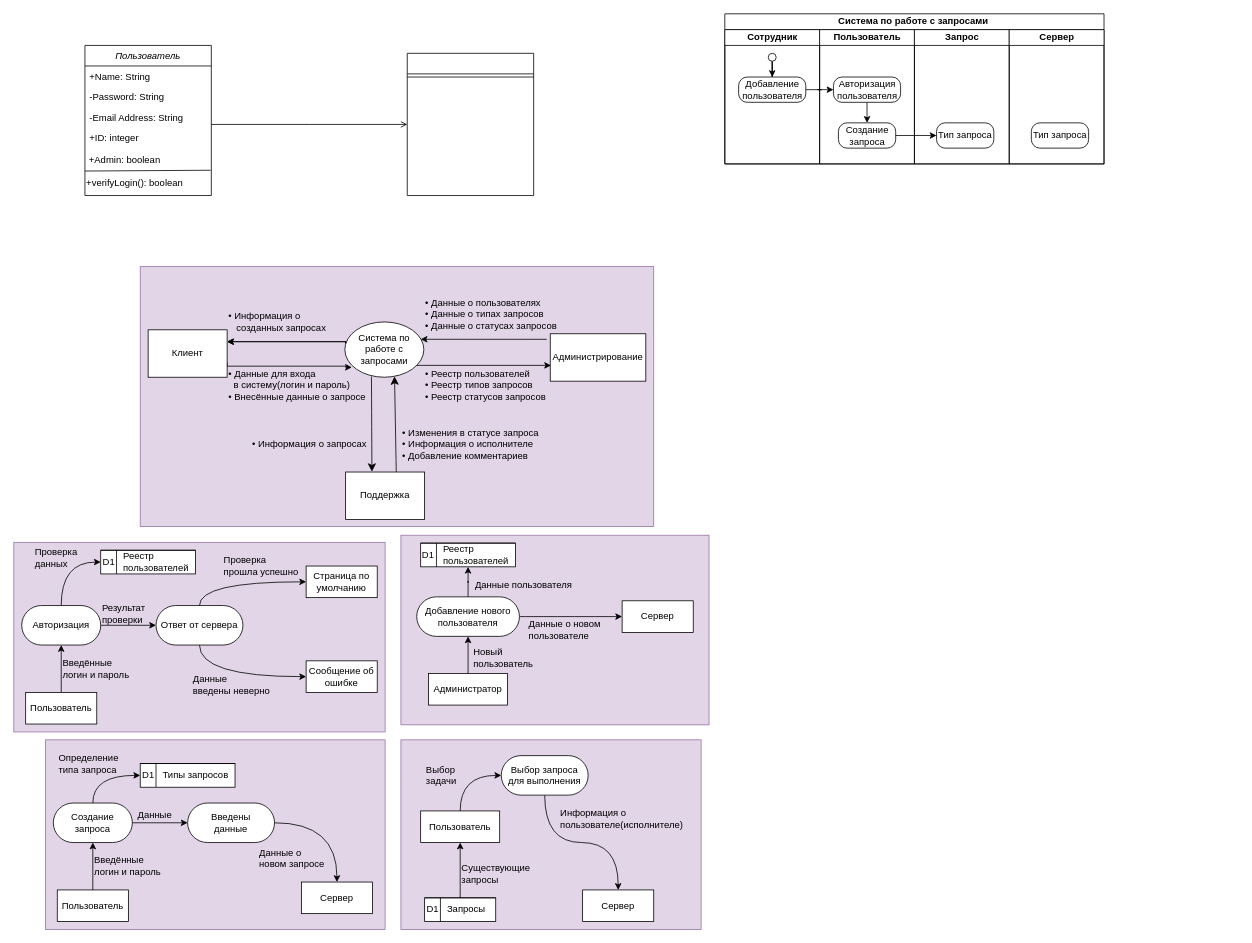
Fuamau/BlogProvider keeps this draw.io diagram as Диаграмма без названия.drawio. Above is the earlier version. Source tidied: cells renumbered, new cells numbered last; positions are measured from the earlier drawing's top-left corner, leaving out a move shared by most shapes. Both pictures are drawn from the tidied source at 79%, with x=0, y=0 at pixel (13, 13).
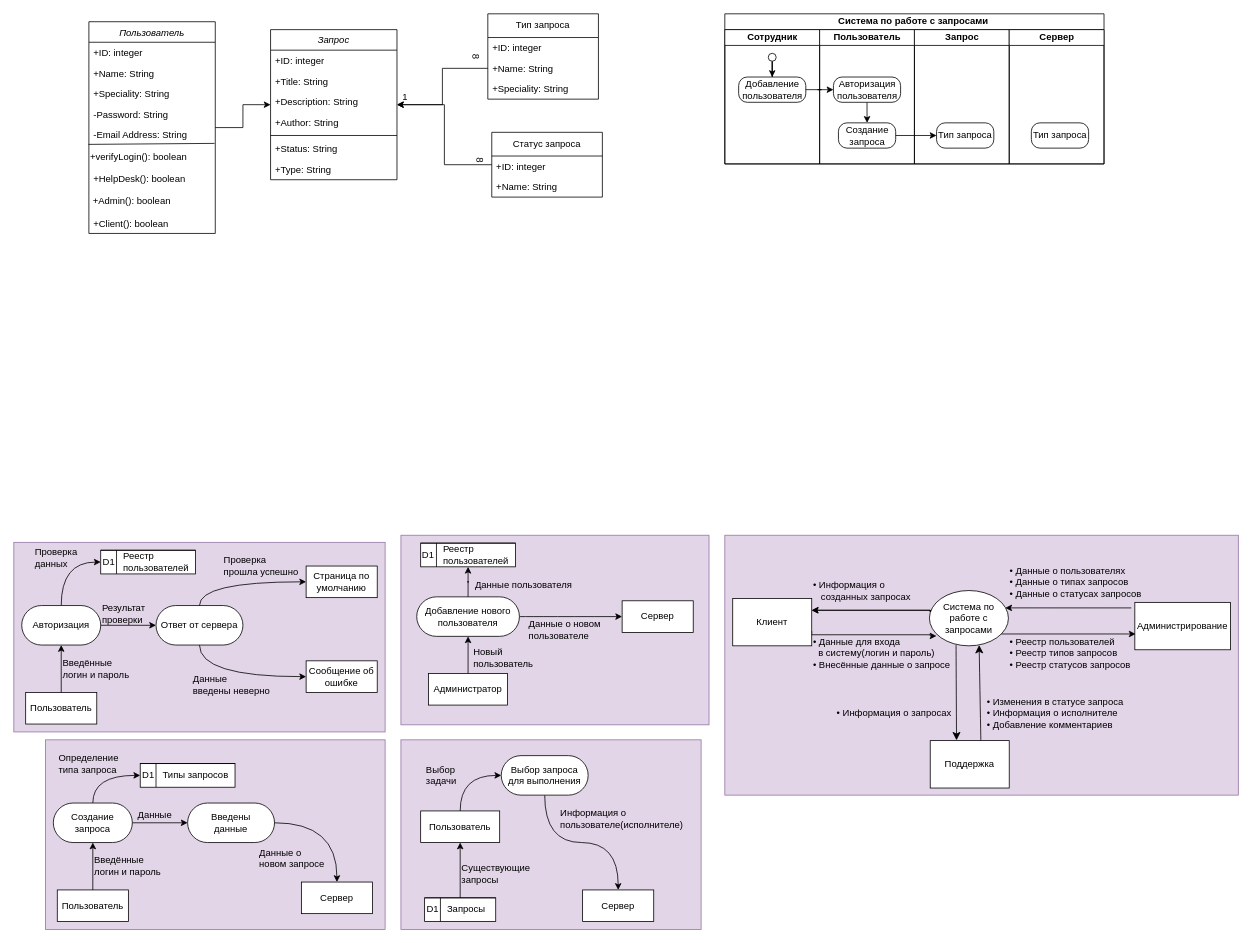
The same page after the edit.

The edit, as a diff of the source:
```diff
@@
+    <mxCell id="12" style="edgeStyle=orthogonalEdgeStyle;rounded=0;jettySize=auto;html=1;" parent="1" edge="1" source="2" target="10">
+      <mxGeometry relative="1" as="geometry" />
+    </mxCell>
     <mxCell id="2" value="Пользователь" style="swimlane;fontStyle=2;align=center;verticalAlign=top;horizontal=1;startSize=26;rounded=0;shadow=0;strokeWidth=1;" parent="1" vertex="1">
-      <mxGeometry x="90" y="40" width="160" height="190" as="geometry" />
+      <mxGeometry x="95" y="10" width="160" height="268" as="geometry" />
     </mxCell>
+    <mxCell id="6" value="+ID: integer" style="text;align=left;verticalAlign=top;spacingLeft=4;spacingRight=4;overflow=hidden;rounded=0;shadow=0;html=0;" parent="2" vertex="1">
+      <mxGeometry y="26" width="160" height="26" as="geometry" />
+    </mxCell>
     <mxCell id="3" value="+Name: String" style="text;align=left;verticalAlign=top;spacingLeft=4;spacingRight=4;overflow=hidden;" parent="2" vertex="1">
-      <mxGeometry y="26" width="160" height="26" as="geometry" />
+      <mxGeometry y="52" width="160" height="26" as="geometry" />
     </mxCell>
+    <mxCell id="107" value="+Speciality: String" style="text;align=left;verticalAlign=top;spacingLeft=4;spacingRight=4;overflow=hidden;" parent="2" vertex="1">
+      <mxGeometry y="78" width="160" height="26" as="geometry" />
+    </mxCell>
     <mxCell id="4" value="-Password: String" style="text;align=left;verticalAlign=top;spacingLeft=4;spacingRight=4;overflow=hidden;rounded=0;shadow=0;html=0;" parent="2" vertex="1">
-      <mxGeometry y="52" width="160" height="26" as="geometry" />
+      <mxGeometry y="104" width="160" height="26" as="geometry" />
     </mxCell>
     <mxCell id="5" value="-Email Address: String" style="text;align=left;verticalAlign=top;spacingLeft=4;spacingRight=4;overflow=hidden;points=[[0,0.5],[1,0.5]];portConstraint=eastwest;rounded=0;shadow=0;html=0;" parent="2" vertex="1">
-      <mxGeometry y="78" width="160" height="26" as="geometry" />
+      <mxGeometry y="130" width="160" height="26" as="geometry" />
     </mxCell>
-    <mxCell id="6" value="+ID: integer" style="text;align=left;verticalAlign=top;spacingLeft=4;spacingRight=4;overflow=hidden;rounded=0;shadow=0;html=0;" parent="2" vertex="1">
-      <mxGeometry y="104" width="160" height="26" as="geometry" />
-    </mxCell>
-    <mxCell id="7" value="&amp;nbsp;+Admin: boolean" style="text;html=1;align=left;verticalAlign=middle;strokeColor=none;fillColor=none;" parent="2" vertex="1">
-      <mxGeometry y="130" width="160" height="30" as="geometry" />
-    </mxCell>
-    <mxCell id="8" style="endArrow=none;html=1;rounded=0;exitX=0.994;exitY=-0.067;exitDx=0;exitDy=0;exitPerimeter=0;" parent="2" edge="1" source="9">
-      <mxGeometry relative="1" as="geometry">
-        <mxPoint y="159" as="targetPoint" />
-      </mxGeometry>
+    <mxCell id="8" style="endArrow=none;html=1;rounded=0;exitX=0.994;exitY=-0.067;exitDx=0;exitDy=0;exitPerimeter=0;entryX=-0.003;entryY=0.972;entryDx=0;entryDy=0;entryPerimeter=0;" parent="2" edge="1" source="9" target="5">
+      <mxGeometry relative="1" as="geometry" />
     </mxCell>
     <mxCell id="9" value="+verifyLogin(): boolean" style="text;html=1;align=left;verticalAlign=middle;points=[];strokeColor=none;fillColor=none;" parent="2" vertex="1">
-      <mxGeometry y="160" width="160" height="30" as="geometry" />
+      <mxGeometry y="156" width="160" height="30" as="geometry" />
     </mxCell>
+    <mxCell id="108" value="+HelpDesk(): boolean" style="text;align=left;verticalAlign=top;spacingLeft=4;spacingRight=4;overflow=hidden;rounded=0;shadow=0;html=0;" parent="2" vertex="1">
+      <mxGeometry y="186" width="160" height="26" as="geometry" />
+    </mxCell>
+    <mxCell id="7" value="&amp;nbsp;+Admin(): boolean" style="text;html=1;align=left;verticalAlign=middle;strokeColor=none;fillColor=none;" parent="2" vertex="1">
+      <mxGeometry y="212" width="160" height="30" as="geometry" />
+    </mxCell>
+    <mxCell id="109" value="+Client(): boolean" style="text;align=left;verticalAlign=top;spacingLeft=4;spacingRight=4;overflow=hidden;rounded=0;shadow=0;html=0;" parent="2" vertex="1">
+      <mxGeometry y="242" width="160" height="26" as="geometry" />
+    </mxCell>
-    <mxCell id="10" style="swimlane;fontStyle=2;align=center;verticalAlign=top;horizontal=1;startSize=26;rounded=0;shadow=0;strokeWidth=1;" parent="1" vertex="1">
-      <mxGeometry x="498" y="50" width="160" height="180" as="geometry" />
+    <mxCell id="10" value="Запрос" style="swimlane;fontStyle=2;align=center;verticalAlign=top;horizontal=1;startSize=26;rounded=0;shadow=0;strokeWidth=1;" parent="1" vertex="1">
+      <mxGeometry x="325" y="20" width="160" height="190" as="geometry" />
     </mxCell>
+    <mxCell id="110" value="+ID: integer" style="text;align=left;verticalAlign=top;spacingLeft=4;spacingRight=4;overflow=hidden;rounded=0;shadow=0;html=0;" parent="10" vertex="1">
+      <mxGeometry y="26" width="160" height="26" as="geometry" />
+    </mxCell>
+    <mxCell id="111" value="+Title: String" style="text;align=left;verticalAlign=top;spacingLeft=4;spacingRight=4;overflow=hidden;" parent="10" vertex="1">
+      <mxGeometry y="52" width="160" height="26" as="geometry" />
+    </mxCell>
+    <mxCell id="112" value="+Description: String" style="text;align=left;verticalAlign=top;spacingLeft=4;spacingRight=4;overflow=hidden;" parent="10" vertex="1">
+      <mxGeometry y="78" width="160" height="26" as="geometry" />
+    </mxCell>
+    <mxCell id="113" value="+Author: String" style="text;align=left;verticalAlign=top;spacingLeft=4;spacingRight=4;overflow=hidden;" parent="10" vertex="1">
+      <mxGeometry y="104" width="160" height="26" as="geometry" />
+    </mxCell>
     <mxCell id="11" style="line;html=1;strokeWidth=1;align=left;verticalAlign=middle;spacingTop=-1;spacingLeft=3;spacingRight=3;labelPosition=right;" parent="10" vertex="1">
-      <mxGeometry y="26" width="160" height="8" as="geometry" />
+      <mxGeometry y="130" width="160" height="8" as="geometry" />
     </mxCell>
-    <mxCell id="12" style="endArrow=open;shadow=0;strokeWidth=1;rounded=0;endFill=1;edgeStyle=elbowEdgeStyle;elbow=vertical;" parent="1" edge="1" source="2" target="10">
-      <mxGeometry x="0.5" y="41" relative="1" as="geometry">
-        <mxPoint x="-40" y="32" as="offset" />
-      </mxGeometry>
-    </mxCell>
+    <mxCell id="114" value="+Status: String" style="text;align=left;verticalAlign=top;spacingLeft=4;spacingRight=4;overflow=hidden;" parent="10" vertex="1">
+      <mxGeometry y="138" width="160" height="26" as="geometry" />
+    </mxCell>
+    <mxCell id="115" value="+Type: String" style="text;align=left;verticalAlign=top;spacingLeft=4;spacingRight=4;overflow=hidden;" parent="10" vertex="1">
+      <mxGeometry y="164" width="160" height="26" as="geometry" />
+    </mxCell>
     <mxCell id="13" style="group;fillColor=#e1d5e7;strokeColor=#9673a6;" parent="1" vertex="1">
-      <mxGeometry x="160" y="320" width="650" height="329" as="geometry" />
+      <mxGeometry x="900" y="660" width="650" height="329" as="geometry" />
     </mxCell>
@@
     <mxCell id="77" style="edgeStyle=orthogonalEdgeStyle;rounded=0;jettySize=auto;html=1;exitX=0.013;exitY=0.357;exitDx=0;exitDy=0;exitPerimeter=0;entryX=1;entryY=0.25;entryDx=0;entryDy=0;" parent="1" edge="1" source="79" target="81">
       <mxGeometry relative="1" as="geometry">
         <Array as="points">
-          <mxPoint x="420" y="417" />
-          <mxPoint x="420" y="415" />
+          <mxPoint x="1160" y="757" />
+          <mxPoint x="1160" y="755" />
         </Array>
       </mxGeometry>
     </mxCell>
@@
     <mxCell id="79" value="Система по работе с запросами" style="ellipse;whiteSpace=wrap;html=1;shadow=0;" parent="1" vertex="1">
-      <mxGeometry x="419" y="390" width="100" height="70" as="geometry" />
+      <mxGeometry x="1159" y="730" width="100" height="70" as="geometry" />
     </mxCell>
     <mxCell id="80" style="edgeStyle=orthogonalEdgeStyle;rounded=0;jettySize=auto;html=1;exitX=1;exitY=0.686;exitDx=0;exitDy=0;exitPerimeter=0;entryX=0.089;entryY=0.822;entryDx=0;entryDy=0;entryPerimeter=0;" parent="1" edge="1" source="81" target="79">
       <mxGeometry relative="1" as="geometry">
         <Array as="points">
-          <mxPoint x="260" y="446" />
-          <mxPoint x="420" y="446" />
-          <mxPoint x="420" y="448" />
-          <mxPoint x="428" y="448" />
+          <mxPoint x="1000" y="786" />
+          <mxPoint x="1160" y="786" />
+          <mxPoint x="1160" y="788" />
+          <mxPoint x="1168" y="788" />
         </Array>
       </mxGeometry>
     </mxCell>
     <mxCell id="81" value="Клиент" style="whiteSpace=wrap;html=1;" parent="1" vertex="1">
-      <mxGeometry x="170" y="400" width="100" height="60" as="geometry" />
+      <mxGeometry x="910" y="740" width="100" height="60" as="geometry" />
     </mxCell>
@@
     <mxCell id="83" value="Администрирование" style="whiteSpace=wrap;html=1;" parent="1" vertex="1">
-      <mxGeometry x="679" y="405" width="121" height="60" as="geometry" />
+      <mxGeometry x="1419" y="745" width="121" height="60" as="geometry" />
     </mxCell>
     <mxCell id="84" value="• Данные о пользователях&lt;br&gt;• Данные о типах запросов&lt;br&gt;• Данные о статусах запросов" style="text;html=1;align=left;verticalAlign=middle;strokeColor=none;fillColor=none;" parent="1" vertex="1">
-      <mxGeometry x="519" y="350" width="190" height="60" as="geometry" />
+      <mxGeometry x="1259" y="690" width="190" height="60" as="geometry" />
     </mxCell>
     <mxCell id="85" value="• Реестр пользователей&lt;br&gt;• Реестр типов запросов&lt;br&gt;• Реестр статусов запросов" style="text;html=1;align=left;verticalAlign=middle;strokeColor=none;fillColor=none;" parent="1" vertex="1">
-      <mxGeometry x="519" y="440" width="180" height="60" as="geometry" />
+      <mxGeometry x="1259" y="780" width="180" height="60" as="geometry" />
     </mxCell>
     <mxCell id="86" value="• Информация о &lt;br&gt;&amp;nbsp; &amp;nbsp;созданных запросах&lt;br&gt;" style="text;html=1;align=left;verticalAlign=middle;strokeColor=none;fillColor=none;" parent="1" vertex="1">
-      <mxGeometry x="270" y="370" width="150" height="40" as="geometry" />
+      <mxGeometry x="1010" y="710" width="150" height="40" as="geometry" />
     </mxCell>
     <mxCell id="87" value="• Данные для входа &lt;br&gt;&lt;div style=&quot;&quot;&gt;&lt;span style=&quot;background-color: initial;&quot;&gt;&amp;nbsp; в систему(логин и пароль)&lt;/span&gt;&lt;/div&gt;• Внесённые данные о запросе" style="text;html=1;align=left;verticalAlign=middle;strokeColor=none;fillColor=none;" parent="1" vertex="1">
-      <mxGeometry x="270" y="440" width="200" height="60" as="geometry" />
+      <mxGeometry x="1010" y="780" width="200" height="60" as="geometry" />
     </mxCell>
     <mxCell id="88" style="edgeStyle=orthogonalEdgeStyle;rounded=0;orthogonalLoop=1;jettySize=auto;html=1;exitX=1;exitY=1;exitDx=0;exitDy=0;" parent="1" edge="1">
       <mxGeometry relative="1" as="geometry">
-        <mxPoint x="510" y="445" as="sourcePoint" />
-        <mxPoint x="680" y="445" as="targetPoint" />
+        <mxPoint x="1250" y="785" as="sourcePoint" />
+        <mxPoint x="1420" y="785" as="targetPoint" />
       </mxGeometry>
     </mxCell>
@@
     <mxCell id="90" value="Поддержка" style="whiteSpace=wrap;html=1;" parent="1" vertex="1">
-      <mxGeometry x="420" y="580" width="100" height="60" as="geometry" />
+      <mxGeometry x="1160" y="920" width="100" height="60" as="geometry" />
     </mxCell>
@@
     <mxCell id="92" style="edgeStyle=orthogonalEdgeStyle;rounded=0;orthogonalLoop=1;jettySize=auto;html=1;exitX=0.013;exitY=0.357;exitDx=0;exitDy=0;exitPerimeter=0;entryX=1;entryY=0.25;entryDx=0;entryDy=0;" parent="1" edge="1">
       <mxGeometry relative="1" as="geometry">
-        <mxPoint x="420" y="415" as="sourcePoint" />
-        <mxPoint x="270" y="415" as="targetPoint" />
+        <mxPoint x="1160" y="755" as="sourcePoint" />
+        <mxPoint x="1010" y="755" as="targetPoint" />
         <Array as="points">
-          <mxPoint x="420" y="417" />
-          <mxPoint x="420" y="415" />
+          <mxPoint x="1160" y="757" />
+          <mxPoint x="1160" y="755" />
         </Array>
       </mxGeometry>
     </mxCell>
     <mxCell id="93" value="• Информация о запросах" style="text;html=1;align=left;verticalAlign=middle;strokeColor=none;fillColor=none;" parent="1" vertex="1">
-      <mxGeometry x="300" y="530" width="170" height="30" as="geometry" />
+      <mxGeometry x="1040" y="870" width="170" height="30" as="geometry" />
     </mxCell>
     <mxCell id="94" value="• Изменения в статусе запроса&lt;br&gt;• Информация о исполнителе&lt;br&gt;• Добавление комментариев" style="text;html=1;align=left;verticalAlign=middle;strokeColor=none;fillColor=none;" parent="1" vertex="1">
-      <mxGeometry x="490" y="514.5" width="200" height="60" as="geometry" />
+      <mxGeometry x="1230" y="854.5" width="200" height="60" as="geometry" />
     </mxCell>
@@
+    <mxCell id="116" value="Тип запроса" style="swimlane;fontStyle=0;horizontal=1;startSize=30;whiteSpace=wrap;html=1;" parent="1" vertex="1">
+      <mxGeometry x="600" width="140" height="108" as="geometry" />
+    </mxCell>
+    <mxCell id="117" value="+ID: integer" style="text;align=left;verticalAlign=top;spacingLeft=4;spacingRight=4;overflow=hidden;rounded=0;shadow=0;html=0;" parent="116" vertex="1">
+      <mxGeometry y="30" width="140" height="26" as="geometry" />
+    </mxCell>
+    <mxCell id="118" value="+Name: String" style="text;align=left;verticalAlign=top;spacingLeft=4;spacingRight=4;overflow=hidden;points=[[0,0.5],[1,0.5]];portConstraint=eastwest;" parent="116" vertex="1">
+      <mxGeometry y="56" width="140" height="26" as="geometry" />
+    </mxCell>
+    <mxCell id="119" value="+Speciality: String" style="text;align=left;verticalAlign=top;spacingLeft=4;spacingRight=4;overflow=hidden;" parent="116" vertex="1">
+      <mxGeometry y="82" width="140" height="26" as="geometry" />
+    </mxCell>
+    <mxCell id="120" style="edgeStyle=orthogonalEdgeStyle;rounded=0;jettySize=auto;html=1;" parent="1" edge="1" source="118" target="10">
+      <mxGeometry relative="1" as="geometry" />
+    </mxCell>
+    <mxCell id="121" style="edgeStyle=orthogonalEdgeStyle;rounded=0;jettySize=auto;html=1;" parent="1" edge="1" source="122" target="10">
+      <mxGeometry relative="1" as="geometry" />
+    </mxCell>
+    <mxCell id="122" value="Статус запроса" style="swimlane;fontStyle=0;horizontal=1;startSize=30;whiteSpace=wrap;html=1;" parent="1" vertex="1">
+      <mxGeometry x="605" y="150" width="140" height="82" as="geometry" />
+    </mxCell>
+    <mxCell id="123" value="+ID: integer" style="text;align=left;verticalAlign=top;spacingLeft=4;spacingRight=4;overflow=hidden;rounded=0;shadow=0;html=0;" parent="122" vertex="1">
+      <mxGeometry y="30" width="140" height="26" as="geometry" />
+    </mxCell>
+    <mxCell id="124" value="+Name: String" style="text;align=left;verticalAlign=top;spacingLeft=4;spacingRight=4;overflow=hidden;" parent="122" vertex="1">
+      <mxGeometry y="56" width="140" height="26" as="geometry" />
+    </mxCell>
+    <mxCell id="125" value="8" style="text;html=1;align=center;verticalAlign=middle;strokeColor=none;fillColor=none;rotation=91;" parent="1" vertex="1">
+      <mxGeometry x="570" y="39" width="30" height="30" as="geometry" />
+    </mxCell>
+    <mxCell id="126" value="8" style="text;html=1;align=center;verticalAlign=middle;strokeColor=none;fillColor=none;rotation=91;" parent="1" vertex="1">
+      <mxGeometry x="575" y="170" width="30" height="30" as="geometry" />
+    </mxCell>
+    <mxCell id="127" value="1" style="text;html=1;align=center;verticalAlign=middle;strokeColor=none;fillColor=none;" parent="1" vertex="1">
+      <mxGeometry x="480" y="90" width="30" height="30" as="geometry" />
+    </mxCell>
```
